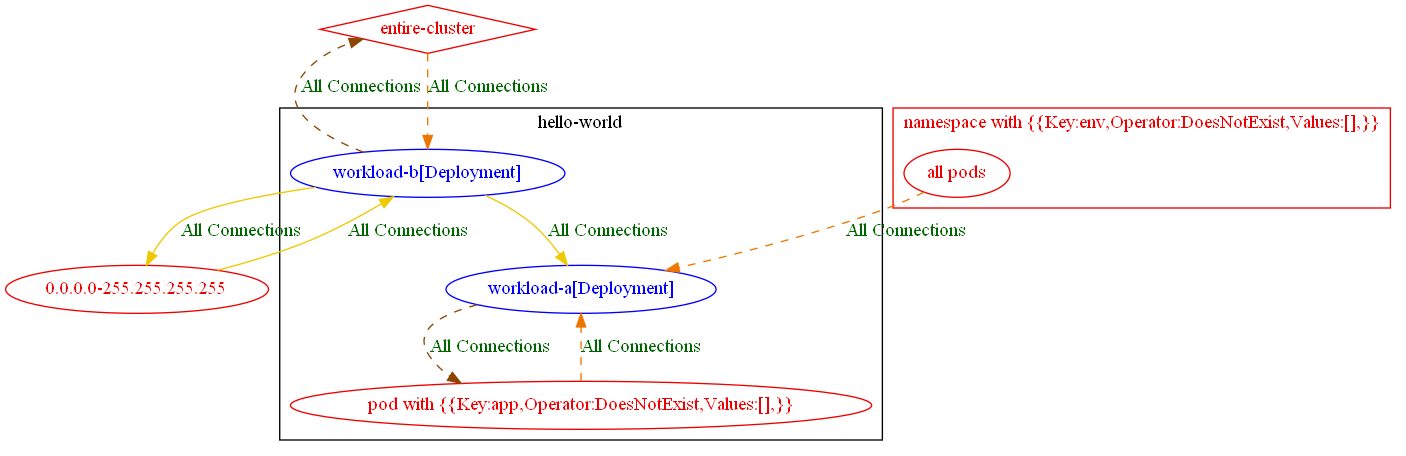
The Graphviz diagram test_outputs/connlist/exposure_test_exposure_with_match_expression_does_not_exist_op_connlist_output.dot.png in np-guard/netpol-analyzer, before a commit. Its source is kept beside it as test_outputs/connlist/exposure_test_exposure_with_match_expression_does_not_exist_op_connlist_output.dot.
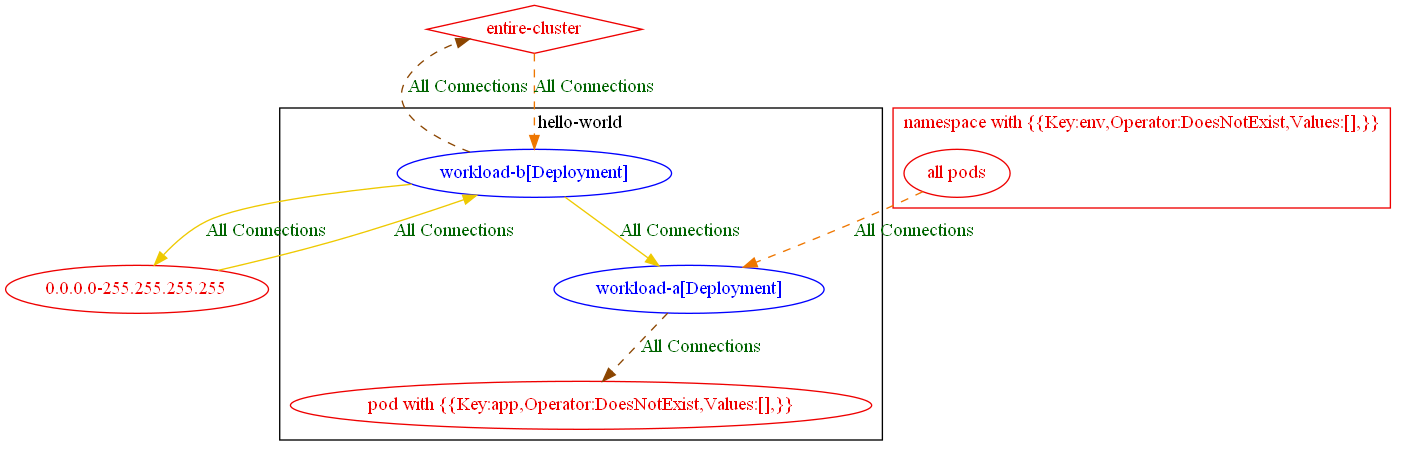
The same diagram one commit later.

The edit, as a diff of the source:
```diff
@@ -22,5 +22,4 @@
 	"hello-world/workload-b[Deployment]" -> "0.0.0.0-255.255.255.255" [label="All Connections" color="gold2" fontcolor="darkgreen" weight=1]
 	"hello-world/workload-b[Deployment]" -> "entire-cluster" [label="All Connections" color="darkorange4" fontcolor="darkgreen" weight=0.5 style=dashed]
 	"hello-world/workload-b[Deployment]" -> "hello-world/workload-a[Deployment]" [label="All Connections" color="gold2" fontcolor="darkgreen" weight=1]
-	"pod with {{Key:app,Operator:DoesNotExist,Values:[],}}_in_hello-world" -> "hello-world/workload-a[Deployment]" [label="All Connections" color="darkorange2" fontcolor="darkgreen" weight=1 style=dashed]
 }
```
